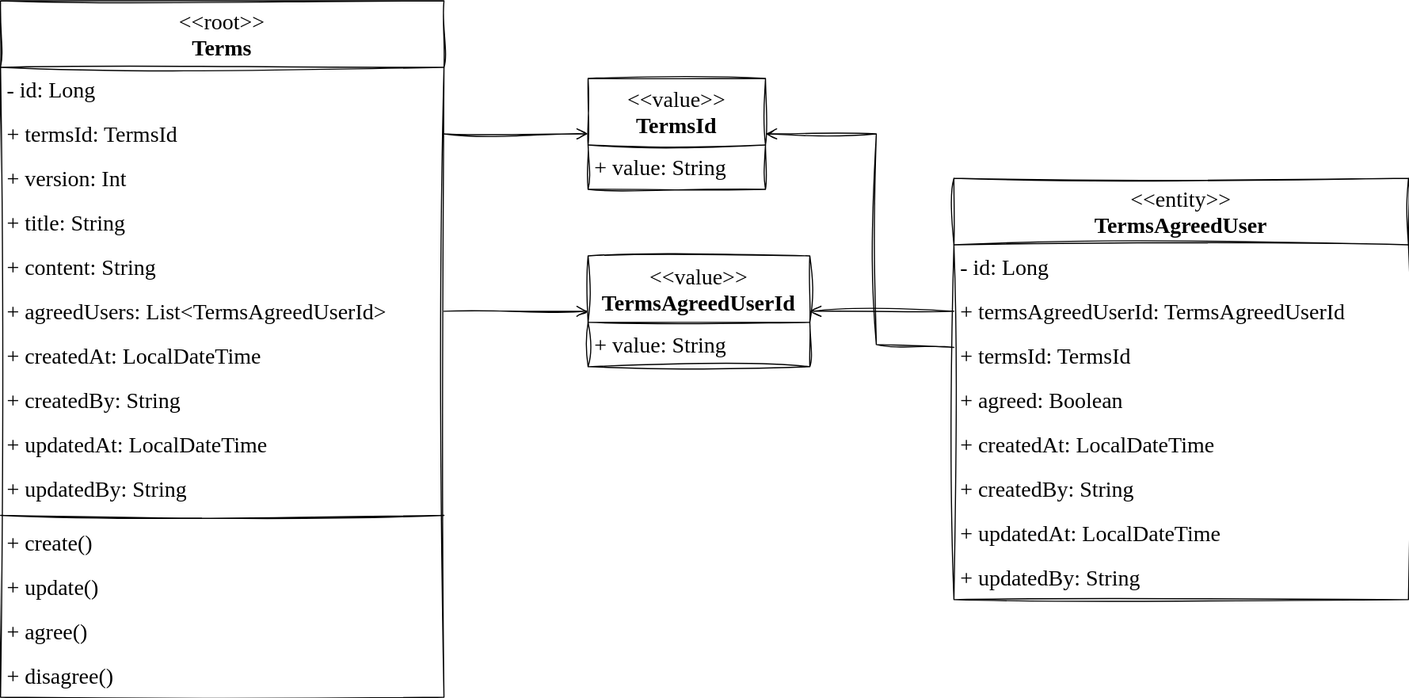
The draw.io diagram diagrams/terms/aggregate.svg in gudfhr95/micro-ecommerce, before a commit. Source tidied: cells renumbered, new cells last; positions are measured from the earlier drawing's top-left corner, leaving out a move shared by most shapes.
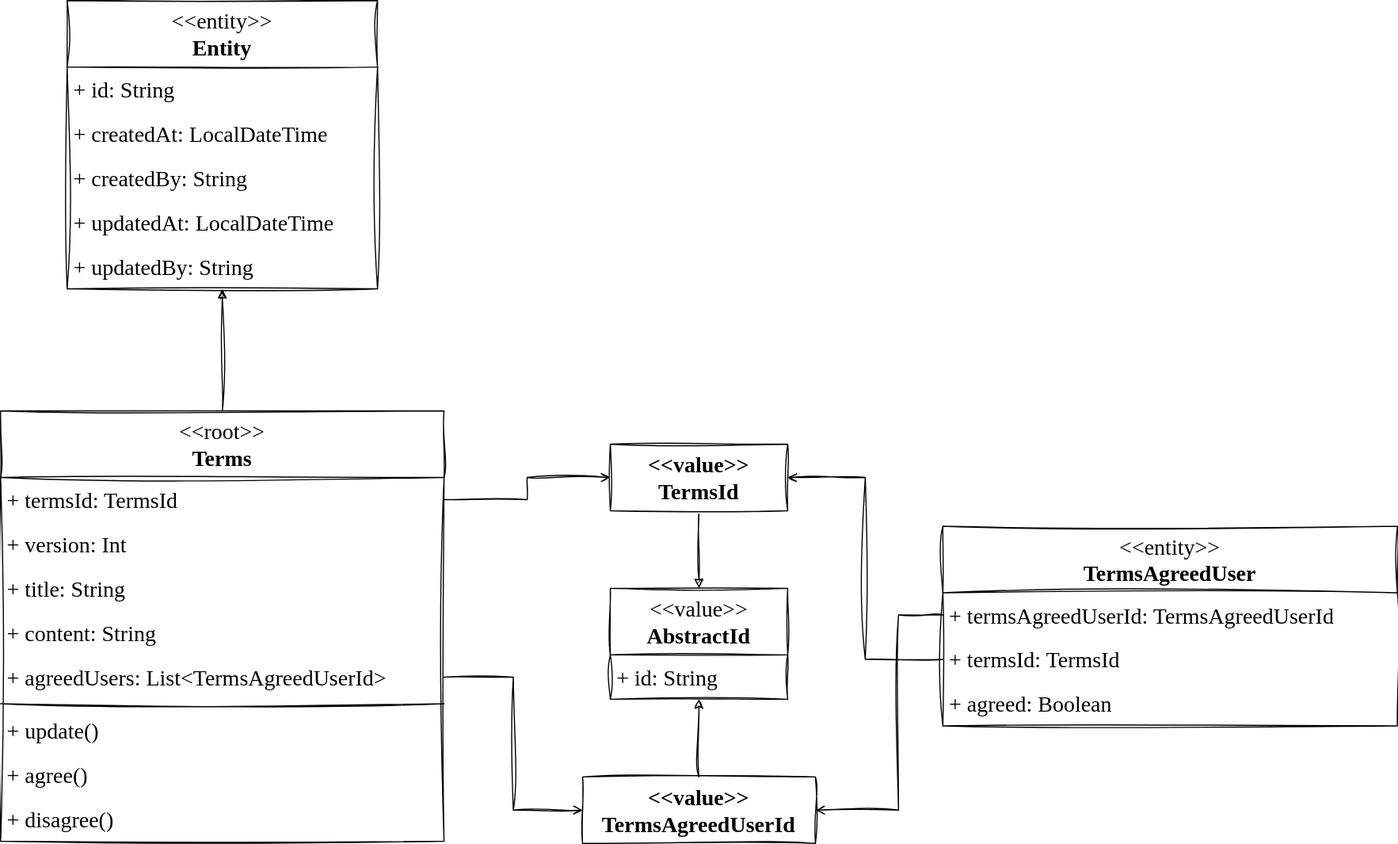
Later version of the same file.

Commit message:
doc: update aggregate diagram

Diff of the diagram source:
```diff
@@ -3,106 +3,105 @@
     <mxCell id="0" />
     <mxCell id="1" parent="0" />
     <mxCell id="2" value="&amp;lt;&amp;lt;root&amp;gt;&amp;gt;&lt;br&gt;&lt;b&gt;Terms&lt;/b&gt;" style="swimlane;fontStyle=0;align=center;verticalAlign=top;horizontal=1;startSize=60;html=1;whiteSpace=wrap;sketch=1;hachureGap=4;jiggle=2;curveFitting=1;fontFamily=Architects Daughter;fontSource=https%3A%2F%2Ffonts.googleapis.com%2Fcss%3Ffamily%3DArchitects%2BDaughter;fontSize=20;" parent="1" vertex="1">
-      <mxGeometry width="400" height="628" as="geometry" />
+      <mxGeometry width="400" height="388" as="geometry" />
     </mxCell>
-    <mxCell id="3" value="- id: Long" style="text;html=1;strokeColor=none;fillColor=none;align=left;verticalAlign=middle;spacingLeft=4;spacingRight=4;overflow=hidden;whiteSpace=wrap;fontSize=20;fontFamily=Architects Daughter;" parent="2" vertex="1">
-      <mxGeometry y="60" width="400" height="40" as="geometry" />
-    </mxCell>
     <mxCell id="4" value="+ termsId: TermsId" style="text;html=1;strokeColor=none;fillColor=none;align=left;verticalAlign=middle;spacingLeft=4;spacingRight=4;overflow=hidden;points=[[0,0.5],[1,0.5]];portConstraint=eastwest;whiteSpace=wrap;fontSize=20;fontFamily=Architects Daughter;" parent="2" vertex="1">
-      <mxGeometry y="100" width="400" height="40" as="geometry" />
+      <mxGeometry y="60" width="400" height="40" as="geometry" />
     </mxCell>
     <mxCell id="5" value="+ version: Int" style="text;html=1;strokeColor=none;fillColor=none;align=left;verticalAlign=middle;spacingLeft=4;spacingRight=4;overflow=hidden;whiteSpace=wrap;fontSize=20;fontFamily=Architects Daughter;" parent="2" vertex="1">
-      <mxGeometry y="140" width="400" height="40" as="geometry" />
+      <mxGeometry y="100" width="400" height="40" as="geometry" />
     </mxCell>
     <mxCell id="6" value="+ title: String" style="text;html=1;strokeColor=none;fillColor=none;align=left;verticalAlign=middle;spacingLeft=4;spacingRight=4;overflow=hidden;whiteSpace=wrap;fontSize=20;fontFamily=Architects Daughter;" parent="2" vertex="1">
-      <mxGeometry y="180" width="400" height="40" as="geometry" />
+      <mxGeometry y="140" width="400" height="40" as="geometry" />
     </mxCell>
     <mxCell id="7" value="+ content: String" style="text;html=1;strokeColor=none;fillColor=none;align=left;verticalAlign=middle;spacingLeft=4;spacingRight=4;overflow=hidden;whiteSpace=wrap;fontSize=20;fontFamily=Architects Daughter;" parent="2" vertex="1">
-      <mxGeometry y="220" width="400" height="40" as="geometry" />
+      <mxGeometry y="180" width="400" height="40" as="geometry" />
     </mxCell>
     <mxCell id="8" value="+ agreedUsers: List&amp;lt;TermsAgreedUserId&amp;gt;" style="text;html=1;strokeColor=none;fillColor=none;align=left;verticalAlign=middle;spacingLeft=4;spacingRight=4;overflow=hidden;points=[[0,0.5],[1,0.5]];portConstraint=eastwest;whiteSpace=wrap;fontSize=20;fontFamily=Architects Daughter;" parent="2" vertex="1">
-      <mxGeometry y="260" width="400" height="40" as="geometry" />
+      <mxGeometry y="220" width="400" height="40" as="geometry" />
     </mxCell>
-    <mxCell id="9" value="+ createdAt: LocalDateTime" style="text;html=1;strokeColor=none;fillColor=none;align=left;verticalAlign=middle;spacingLeft=4;spacingRight=4;overflow=hidden;whiteSpace=wrap;fontSize=20;fontFamily=Architects Daughter;" parent="2" vertex="1">
-      <mxGeometry y="300" width="400" height="40" as="geometry" />
-    </mxCell>
-    <mxCell id="10" value="+ createdBy: String" style="text;html=1;strokeColor=none;fillColor=none;align=left;verticalAlign=middle;spacingLeft=4;spacingRight=4;overflow=hidden;whiteSpace=wrap;fontSize=20;fontFamily=Architects Daughter;" parent="2" vertex="1">
-      <mxGeometry y="340" width="400" height="40" as="geometry" />
-    </mxCell>
-    <mxCell id="11" value="+ updatedAt: LocalDateTime" style="text;html=1;strokeColor=none;fillColor=none;align=left;verticalAlign=middle;spacingLeft=4;spacingRight=4;overflow=hidden;whiteSpace=wrap;fontSize=20;fontFamily=Architects Daughter;" parent="2" vertex="1">
-      <mxGeometry y="380" width="400" height="40" as="geometry" />
-    </mxCell>
-    <mxCell id="12" value="+ updatedBy: String" style="text;html=1;strokeColor=none;fillColor=none;align=left;verticalAlign=middle;spacingLeft=4;spacingRight=4;overflow=hidden;whiteSpace=wrap;fontSize=20;fontFamily=Architects Daughter;" parent="2" vertex="1">
-      <mxGeometry y="420" width="400" height="40" as="geometry" />
-    </mxCell>
     <mxCell id="13" style="line;strokeWidth=1;fillColor=none;align=left;verticalAlign=middle;spacingTop=-1;spacingLeft=3;spacingRight=3;labelPosition=right;sketch=1;hachureGap=4;jiggle=2;curveFitting=1;fontFamily=Architects Daughter;fontSource=https%3A%2F%2Ffonts.googleapis.com%2Fcss%3Ffamily%3DArchitects%2BDaughter;fontSize=20;" parent="2" vertex="1">
-      <mxGeometry y="460" width="400" height="8" as="geometry" />
+      <mxGeometry y="260" width="400" height="8" as="geometry" />
     </mxCell>
-    <mxCell id="14" value="+ create()" style="text;html=1;strokeColor=none;fillColor=none;align=left;verticalAlign=middle;spacingLeft=4;spacingRight=4;overflow=hidden;whiteSpace=wrap;fontSize=20;fontFamily=Architects Daughter;" parent="2" vertex="1">
-      <mxGeometry y="468" width="400" height="40" as="geometry" />
-    </mxCell>
     <mxCell id="15" value="+ update()" style="text;html=1;strokeColor=none;fillColor=none;align=left;verticalAlign=middle;spacingLeft=4;spacingRight=4;overflow=hidden;whiteSpace=wrap;fontSize=20;fontFamily=Architects Daughter;" parent="2" vertex="1">
-      <mxGeometry y="508" width="400" height="40" as="geometry" />
+      <mxGeometry y="268" width="400" height="40" as="geometry" />
     </mxCell>
     <mxCell id="16" value="+ agree()" style="text;html=1;strokeColor=none;fillColor=none;align=left;verticalAlign=middle;spacingLeft=4;spacingRight=4;overflow=hidden;whiteSpace=wrap;fontSize=20;fontFamily=Architects Daughter;" parent="2" vertex="1">
-      <mxGeometry y="548" width="400" height="40" as="geometry" />
+      <mxGeometry y="308" width="400" height="40" as="geometry" />
     </mxCell>
     <mxCell id="17" value="+ disagree()" style="text;html=1;strokeColor=none;fillColor=none;align=left;verticalAlign=middle;spacingLeft=4;spacingRight=4;overflow=hidden;whiteSpace=wrap;fontSize=20;fontFamily=Architects Daughter;" parent="2" vertex="1">
-      <mxGeometry y="588" width="400" height="40" as="geometry" />
+      <mxGeometry y="348" width="400" height="40" as="geometry" />
     </mxCell>
-    <mxCell id="18" value="&amp;lt;&amp;lt;value&amp;gt;&amp;gt;&lt;br&gt;&lt;b&gt;TermsId&lt;/b&gt;" style="swimlane;fontStyle=0;align=center;verticalAlign=top;horizontal=1;startSize=60;html=1;whiteSpace=wrap;sketch=1;hachureGap=4;jiggle=2;curveFitting=1;fontFamily=Architects Daughter;fontSource=https%3A%2F%2Ffonts.googleapis.com%2Fcss%3Ffamily%3DArchitects%2BDaughter;fontSize=20;" parent="1" vertex="1">
-      <mxGeometry x="530" y="70" width="160" height="100" as="geometry" />
-    </mxCell>
-    <mxCell id="19" value="+ value: String" style="text;html=1;strokeColor=none;fillColor=none;align=left;verticalAlign=middle;spacingLeft=4;spacingRight=4;overflow=hidden;whiteSpace=wrap;fontSize=20;fontFamily=Architects Daughter;" parent="18" vertex="1">
-      <mxGeometry y="60" width="160" height="40" as="geometry" />
-    </mxCell>
-    <mxCell id="20" style="endArrow=open;startArrow=none;endFill=0;startFill=0;endSize=8;html=1;verticalAlign=bottom;labelBackgroundColor=none;strokeWidth=1;rounded=0;sketch=1;hachureGap=4;jiggle=2;curveFitting=1;fontFamily=Architects Daughter;fontSource=https%3A%2F%2Ffonts.googleapis.com%2Fcss%3Ffamily%3DArchitects%2BDaughter;fontSize=16;exitX=1;exitY=0.5;exitDx=0;exitDy=0;" parent="1" edge="1" source="4" target="18">
-      <mxGeometry relative="1" as="geometry" />
-    </mxCell>
-    <mxCell id="21" value="&amp;lt;&amp;lt;value&amp;gt;&amp;gt;&lt;br&gt;&lt;b&gt;TermsAgreedUserId&lt;/b&gt;" style="swimlane;fontStyle=0;align=center;verticalAlign=top;horizontal=1;startSize=60;html=1;whiteSpace=wrap;sketch=1;hachureGap=4;jiggle=2;curveFitting=1;fontFamily=Architects Daughter;fontSource=https%3A%2F%2Ffonts.googleapis.com%2Fcss%3Ffamily%3DArchitects%2BDaughter;fontSize=20;" parent="1" vertex="1">
-      <mxGeometry x="530" y="230" width="200" height="100" as="geometry" />
-    </mxCell>
-    <mxCell id="22" value="+ value: String" style="text;html=1;strokeColor=none;fillColor=none;align=left;verticalAlign=middle;spacingLeft=4;spacingRight=4;overflow=hidden;whiteSpace=wrap;fontSize=20;fontFamily=Architects Daughter;" parent="21" vertex="1">
-      <mxGeometry y="60" width="200" height="40" as="geometry" />
-    </mxCell>
-    <mxCell id="23" style="endArrow=open;startArrow=none;endFill=0;startFill=0;endSize=8;html=1;verticalAlign=bottom;labelBackgroundColor=none;strokeWidth=1;rounded=0;sketch=1;hachureGap=4;jiggle=2;curveFitting=1;fontFamily=Architects Daughter;fontSource=https%3A%2F%2Ffonts.googleapis.com%2Fcss%3Ffamily%3DArchitects%2BDaughter;fontSize=16;exitX=1;exitY=0.5;exitDx=0;exitDy=0;" parent="1" edge="1" source="8" target="21">
-      <mxGeometry relative="1" as="geometry" />
-    </mxCell>
     <mxCell id="24" value="&amp;lt;&amp;lt;entity&amp;gt;&amp;gt;&lt;br&gt;&lt;b&gt;TermsAgreedUser&lt;/b&gt;" style="swimlane;fontStyle=0;align=center;verticalAlign=top;horizontal=1;startSize=60;html=1;whiteSpace=wrap;sketch=1;hachureGap=4;jiggle=2;curveFitting=1;fontFamily=Architects Daughter;fontSource=https%3A%2F%2Ffonts.googleapis.com%2Fcss%3Ffamily%3DArchitects%2BDaughter;fontSize=20;" parent="1" vertex="1">
-      <mxGeometry x="860" y="160" width="410" height="380" as="geometry" />
+      <mxGeometry x="850" y="104" width="410" height="180" as="geometry" />
     </mxCell>
-    <mxCell id="25" value="- id: Long" style="text;html=1;strokeColor=none;fillColor=none;align=left;verticalAlign=middle;spacingLeft=4;spacingRight=4;overflow=hidden;whiteSpace=wrap;fontSize=20;fontFamily=Architects Daughter;" parent="24" vertex="1">
-      <mxGeometry y="60" width="410" height="40" as="geometry" />
-    </mxCell>
     <mxCell id="26" value="+ termsAgreedUserId: TermsAgreedUserId" style="text;html=1;strokeColor=none;fillColor=none;align=left;verticalAlign=middle;spacingLeft=4;spacingRight=4;overflow=hidden;points=[[0,0.5],[1,0.5]];portConstraint=eastwest;whiteSpace=wrap;fontSize=20;fontFamily=Architects Daughter;" parent="24" vertex="1">
-      <mxGeometry y="100" width="410" height="40" as="geometry" />
+      <mxGeometry y="60" width="410" height="40" as="geometry" />
     </mxCell>
     <mxCell id="27" value="+ termsId: TermsId" style="text;html=1;strokeColor=none;fillColor=none;align=left;verticalAlign=middle;spacingLeft=4;spacingRight=4;overflow=hidden;points=[[0,0.5],[1,0.5]];portConstraint=eastwest;whiteSpace=wrap;fontSize=20;fontFamily=Architects Daughter;" parent="24" vertex="1">
-      <mxGeometry y="140" width="410" height="40" as="geometry" />
+      <mxGeometry y="100" width="410" height="40" as="geometry" />
     </mxCell>
     <mxCell id="28" value="+ agreed: Boolean" style="text;html=1;strokeColor=none;fillColor=none;align=left;verticalAlign=middle;spacingLeft=4;spacingRight=4;overflow=hidden;whiteSpace=wrap;fontSize=20;fontFamily=Architects Daughter;" parent="24" vertex="1">
-      <mxGeometry y="180" width="410" height="40" as="geometry" />
+      <mxGeometry y="140" width="410" height="40" as="geometry" />
     </mxCell>
-    <mxCell id="29" value="+ createdAt: LocalDateTime" style="text;html=1;strokeColor=none;fillColor=none;align=left;verticalAlign=middle;spacingLeft=4;spacingRight=4;overflow=hidden;whiteSpace=wrap;fontSize=20;fontFamily=Architects Daughter;" parent="24" vertex="1">
-      <mxGeometry y="220" width="410" height="40" as="geometry" />
-    </mxCell>
-    <mxCell id="30" value="+ createdBy: String" style="text;html=1;strokeColor=none;fillColor=none;align=left;verticalAlign=middle;spacingLeft=4;spacingRight=4;overflow=hidden;whiteSpace=wrap;fontSize=20;fontFamily=Architects Daughter;" parent="24" vertex="1">
-      <mxGeometry y="260" width="410" height="40" as="geometry" />
-    </mxCell>
-    <mxCell id="31" value="+ updatedAt: LocalDateTime" style="text;html=1;strokeColor=none;fillColor=none;align=left;verticalAlign=middle;spacingLeft=4;spacingRight=4;overflow=hidden;whiteSpace=wrap;fontSize=20;fontFamily=Architects Daughter;" parent="24" vertex="1">
-      <mxGeometry y="300" width="410" height="40" as="geometry" />
-    </mxCell>
-    <mxCell id="32" value="+ updatedBy: String" style="text;html=1;strokeColor=none;fillColor=none;align=left;verticalAlign=middle;spacingLeft=4;spacingRight=4;overflow=hidden;whiteSpace=wrap;fontSize=20;fontFamily=Architects Daughter;" parent="24" vertex="1">
-      <mxGeometry y="340" width="410" height="40" as="geometry" />
-    </mxCell>
+    <mxCell id="35" value="&amp;lt;&amp;lt;value&amp;gt;&amp;gt;&lt;br&gt;&lt;b&gt;AbstractId&lt;/b&gt;" style="swimlane;fontStyle=0;align=center;verticalAlign=top;horizontal=1;startSize=60;html=1;whiteSpace=wrap;sketch=1;hachureGap=4;jiggle=2;curveFitting=1;fontFamily=Architects Daughter;fontSource=https%3A%2F%2Ffonts.googleapis.com%2Fcss%3Ffamily%3DArchitects%2BDaughter;fontSize=20;" parent="1" vertex="1">
+      <mxGeometry x="550" y="160" width="160" height="100" as="geometry" />
+    </mxCell>
+    <mxCell id="36" value="+ id: String" style="text;html=1;strokeColor=none;fillColor=none;align=left;verticalAlign=middle;spacingLeft=4;spacingRight=4;overflow=hidden;whiteSpace=wrap;fontSize=20;fontFamily=Architects Daughter;" parent="35" vertex="1">
+      <mxGeometry y="60" width="160" height="40" as="geometry" />
+    </mxCell>
+    <mxCell id="37" style="html=1;verticalAlign=bottom;labelBackgroundColor=none;endArrow=block;endFill=1;endSize=6;align=left;rounded=0;sketch=1;hachureGap=4;jiggle=2;curveFitting=1;fontFamily=Architects Daughter;fontSource=https%3A%2F%2Ffonts.googleapis.com%2Fcss%3Ffamily%3DArchitects%2BDaughter;fontSize=16;" parent="1" edge="1" source="18" target="35">
+      <mxGeometry x="-1" relative="1" as="geometry" />
+    </mxCell>
+    <mxCell id="18" value="&amp;lt;&amp;lt;value&amp;gt;&amp;gt;&lt;br style=&quot;border-color: var(--border-color); font-weight: 400;&quot;&gt;&lt;b style=&quot;border-color: var(--border-color);&quot;&gt;TermsId&lt;/b&gt;" style="fontStyle=1;whiteSpace=wrap;html=1;sketch=1;hachureGap=4;jiggle=2;curveFitting=1;fontFamily=Architects Daughter;fontSource=https%3A%2F%2Ffonts.googleapis.com%2Fcss%3Ffamily%3DArchitects%2BDaughter;fontSize=20;" parent="1" vertex="1">
+      <mxGeometry x="550" y="30" width="160" height="60" as="geometry" />
+    </mxCell>
+    <mxCell id="38" value="&amp;lt;&amp;lt;entity&amp;gt;&amp;gt;&lt;br&gt;&lt;b&gt;Entity&lt;/b&gt;" style="swimlane;fontStyle=0;align=center;verticalAlign=top;horizontal=1;startSize=60;html=1;whiteSpace=wrap;sketch=1;hachureGap=4;jiggle=2;curveFitting=1;fontFamily=Architects Daughter;fontSource=https%3A%2F%2Ffonts.googleapis.com%2Fcss%3Ffamily%3DArchitects%2BDaughter;fontSize=20;" parent="1" vertex="1">
+      <mxGeometry x="60" y="-370" width="280" height="260" as="geometry" />
+    </mxCell>
+    <mxCell id="39" value="+ id: String" style="text;html=1;strokeColor=none;fillColor=none;align=left;verticalAlign=middle;spacingLeft=4;spacingRight=4;overflow=hidden;whiteSpace=wrap;fontSize=20;fontFamily=Architects Daughter;" parent="38" vertex="1">
+      <mxGeometry y="60" width="280" height="40" as="geometry" />
+    </mxCell>
+    <mxCell id="40" value="+ createdAt: LocalDateTime" style="text;html=1;strokeColor=none;fillColor=none;align=left;verticalAlign=middle;spacingLeft=4;spacingRight=4;overflow=hidden;whiteSpace=wrap;fontSize=20;fontFamily=Architects Daughter;" parent="38" vertex="1">
+      <mxGeometry y="100" width="280" height="40" as="geometry" />
+    </mxCell>
+    <mxCell id="41" value="+ createdBy: String" style="text;html=1;strokeColor=none;fillColor=none;align=left;verticalAlign=middle;spacingLeft=4;spacingRight=4;overflow=hidden;whiteSpace=wrap;fontSize=20;fontFamily=Architects Daughter;" parent="38" vertex="1">
+      <mxGeometry y="140" width="280" height="40" as="geometry" />
+    </mxCell>
+    <mxCell id="42" value="+ updatedAt: LocalDateTime" style="text;html=1;strokeColor=none;fillColor=none;align=left;verticalAlign=middle;spacingLeft=4;spacingRight=4;overflow=hidden;whiteSpace=wrap;fontSize=20;fontFamily=Architects Daughter;" parent="38" vertex="1">
+      <mxGeometry y="180" width="280" height="40" as="geometry" />
+    </mxCell>
+    <mxCell id="43" value="+ updatedBy: String" style="text;html=1;strokeColor=none;fillColor=none;align=left;verticalAlign=middle;spacingLeft=4;spacingRight=4;overflow=hidden;whiteSpace=wrap;fontSize=20;fontFamily=Architects Daughter;" parent="38" vertex="1">
+      <mxGeometry y="220" width="280" height="40" as="geometry" />
+    </mxCell>
+    <mxCell id="44" style="html=1;verticalAlign=bottom;labelBackgroundColor=none;endArrow=block;endFill=1;endSize=6;align=left;rounded=0;sketch=1;hachureGap=4;jiggle=2;curveFitting=1;fontFamily=Architects Daughter;fontSource=https%3A%2F%2Ffonts.googleapis.com%2Fcss%3Ffamily%3DArchitects%2BDaughter;fontSize=16;" parent="1" edge="1" source="2" target="38">
+      <mxGeometry x="-1" relative="1" as="geometry" />
+    </mxCell>
+    <mxCell id="45" style="edgeStyle=orthogonalEdgeStyle;rounded=0;sketch=1;hachureGap=4;jiggle=2;curveFitting=1;jettySize=auto;html=1;fontFamily=Architects Daughter;fontSource=https%3A%2F%2Ffonts.googleapis.com%2Fcss%3Ffamily%3DArchitects%2BDaughter;fontSize=16;" parent="1" edge="1" source="21" target="35">
+      <mxGeometry relative="1" as="geometry" />
+    </mxCell>
+    <mxCell id="21" value="&amp;lt;&amp;lt;value&amp;gt;&amp;gt;&lt;br style=&quot;border-color: var(--border-color); font-weight: 400;&quot;&gt;&lt;b style=&quot;border-color: var(--border-color);&quot;&gt;TermsAgreedUserId&lt;/b&gt;" style="fontStyle=1;whiteSpace=wrap;html=1;sketch=1;hachureGap=4;jiggle=2;curveFitting=1;fontFamily=Architects Daughter;fontSource=https%3A%2F%2Ffonts.googleapis.com%2Fcss%3Ffamily%3DArchitects%2BDaughter;fontSize=20;" parent="1" vertex="1">
+      <mxGeometry x="525" y="330" width="210" height="60" as="geometry" />
+    </mxCell>
+    <mxCell id="20" style="edgeStyle=orthogonalEdgeStyle;rounded=0;sketch=1;hachureGap=4;jiggle=2;curveFitting=1;jettySize=auto;html=1;fontFamily=Architects Daughter;fontSource=https%3A%2F%2Ffonts.googleapis.com%2Fcss%3Ffamily%3DArchitects%2BDaughter;fontSize=16;endArrow=open;endFill=0;" parent="1" edge="1" source="4" target="18">
+      <mxGeometry relative="1" as="geometry" />
+    </mxCell>
+    <mxCell id="23" style="edgeStyle=orthogonalEdgeStyle;rounded=0;sketch=1;hachureGap=4;jiggle=2;curveFitting=1;jettySize=auto;html=1;entryX=0;entryY=0.5;entryDx=0;entryDy=0;fontFamily=Architects Daughter;fontSource=https%3A%2F%2Ffonts.googleapis.com%2Fcss%3Ffamily%3DArchitects%2BDaughter;fontSize=16;endArrow=open;endFill=0;" parent="1" edge="1" source="8" target="21">
+      <mxGeometry relative="1" as="geometry" />
+    </mxCell>
-    <mxCell id="33" style="endArrow=open;startArrow=none;endFill=0;startFill=0;endSize=8;html=1;verticalAlign=bottom;labelBackgroundColor=none;strokeWidth=1;rounded=0;sketch=1;hachureGap=4;jiggle=2;curveFitting=1;fontFamily=Architects Daughter;fontSource=https%3A%2F%2Ffonts.googleapis.com%2Fcss%3Ffamily%3DArchitects%2BDaughter;fontSize=16;" parent="1" edge="1" source="26" target="21">
-      <mxGeometry relative="1" as="geometry" />
+    <mxCell id="33" style="edgeStyle=orthogonalEdgeStyle;rounded=0;sketch=1;hachureGap=4;jiggle=2;curveFitting=1;jettySize=auto;html=1;exitX=0;exitY=0.5;exitDx=0;exitDy=0;entryX=1;entryY=0.5;entryDx=0;entryDy=0;fontFamily=Architects Daughter;fontSource=https%3A%2F%2Ffonts.googleapis.com%2Fcss%3Ffamily%3DArchitects%2BDaughter;fontSize=16;endArrow=open;endFill=0;" parent="1" edge="1" source="26" target="21">
+      <mxGeometry relative="1" as="geometry">
+        <Array as="points">
+          <mxPoint x="810" y="184" />
+          <mxPoint x="810" y="360" />
+        </Array>
+      </mxGeometry>
     </mxCell>
-    <mxCell id="34" style="endArrow=open;startArrow=none;endFill=0;startFill=0;endSize=8;html=1;verticalAlign=bottom;labelBackgroundColor=none;strokeWidth=1;rounded=0;sketch=1;hachureGap=4;jiggle=2;curveFitting=1;fontFamily=Architects Daughter;fontSource=https%3A%2F%2Ffonts.googleapis.com%2Fcss%3Ffamily%3DArchitects%2BDaughter;fontSize=16;" parent="1" edge="1" source="27" target="18">
+    <mxCell id="34" style="edgeStyle=orthogonalEdgeStyle;rounded=0;sketch=1;hachureGap=4;jiggle=2;curveFitting=1;jettySize=auto;html=1;entryX=1;entryY=0.5;entryDx=0;entryDy=0;fontFamily=Architects Daughter;fontSource=https%3A%2F%2Ffonts.googleapis.com%2Fcss%3Ffamily%3DArchitects%2BDaughter;fontSize=16;endArrow=open;endFill=0;" parent="1" edge="1" source="27" target="18">
       <mxGeometry relative="1" as="geometry">
         <Array as="points">
-          <mxPoint x="790" y="310" />
-          <mxPoint x="790" y="120" />
+          <mxPoint x="780" y="224" />
+          <mxPoint x="780" y="60" />
         </Array>
       </mxGeometry>
     </mxCell>
```
